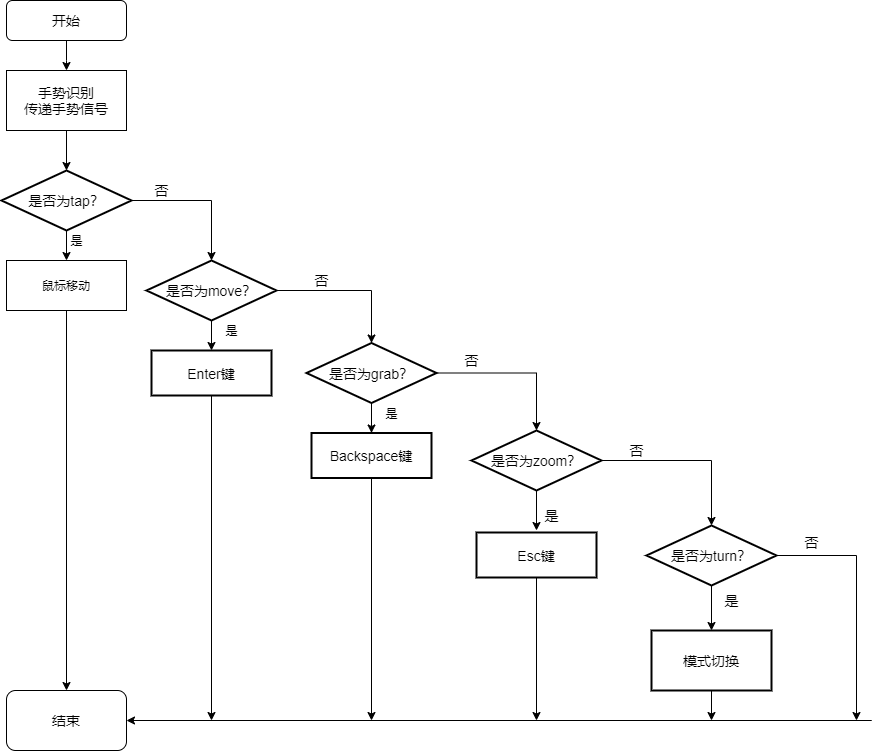
liang-yh/gitskills keeps this draw.io diagram as first.png. Above is the earlier version. Source tidied: cells renumbered, new cells last; positions are measured from the earlier drawing's top-left corner, leaving out a move shared by most shapes.
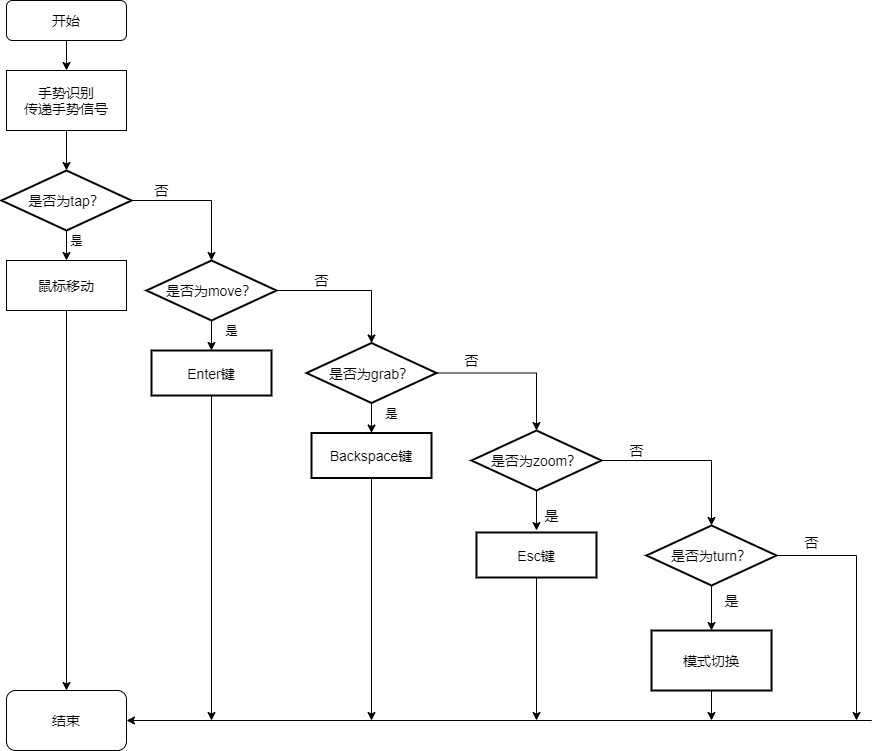
Above is the later version.

Change to the diagram source:
```diff
@@ -42,7 +42,7 @@
     <mxCell id="10" style="edgeStyle=orthogonalEdgeStyle;rounded=0;jettySize=auto;html=1;" parent="1" edge="1" source="11" target="40">
       <mxGeometry relative="1" as="geometry" />
     </mxCell>
-    <mxCell id="11" value="鼠标移动" style="rounded=0;whiteSpace=wrap;html=1;" parent="1" vertex="1">
+    <mxCell id="11" value="&lt;font style=&quot;font-size: 14px&quot;&gt;鼠标移动&lt;/font&gt;" style="rounded=0;whiteSpace=wrap;html=1;" parent="1" vertex="1">
       <mxGeometry x="5" y="260" width="120" height="50" as="geometry" />
     </mxCell>
     <mxCell id="12" style="edgeStyle=orthogonalEdgeStyle;rounded=0;jettySize=auto;html=1;" parent="1" edge="1" source="14" target="16">
```
